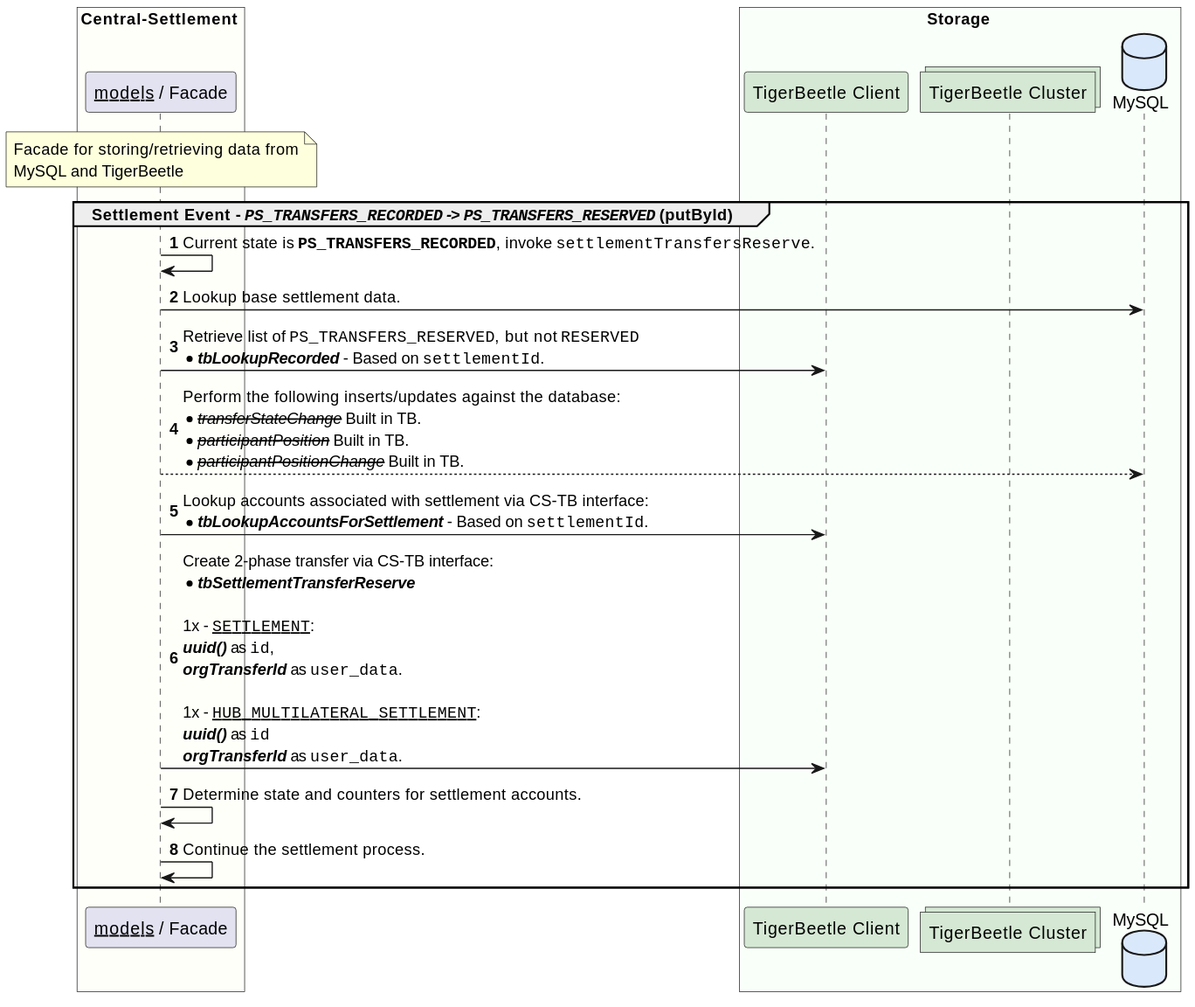
This is solution_design/sequence-settlement-tb-enabled-update-by-id-02.svg from coilhq/mucoa, a PlantUML export, as it was before one commit.
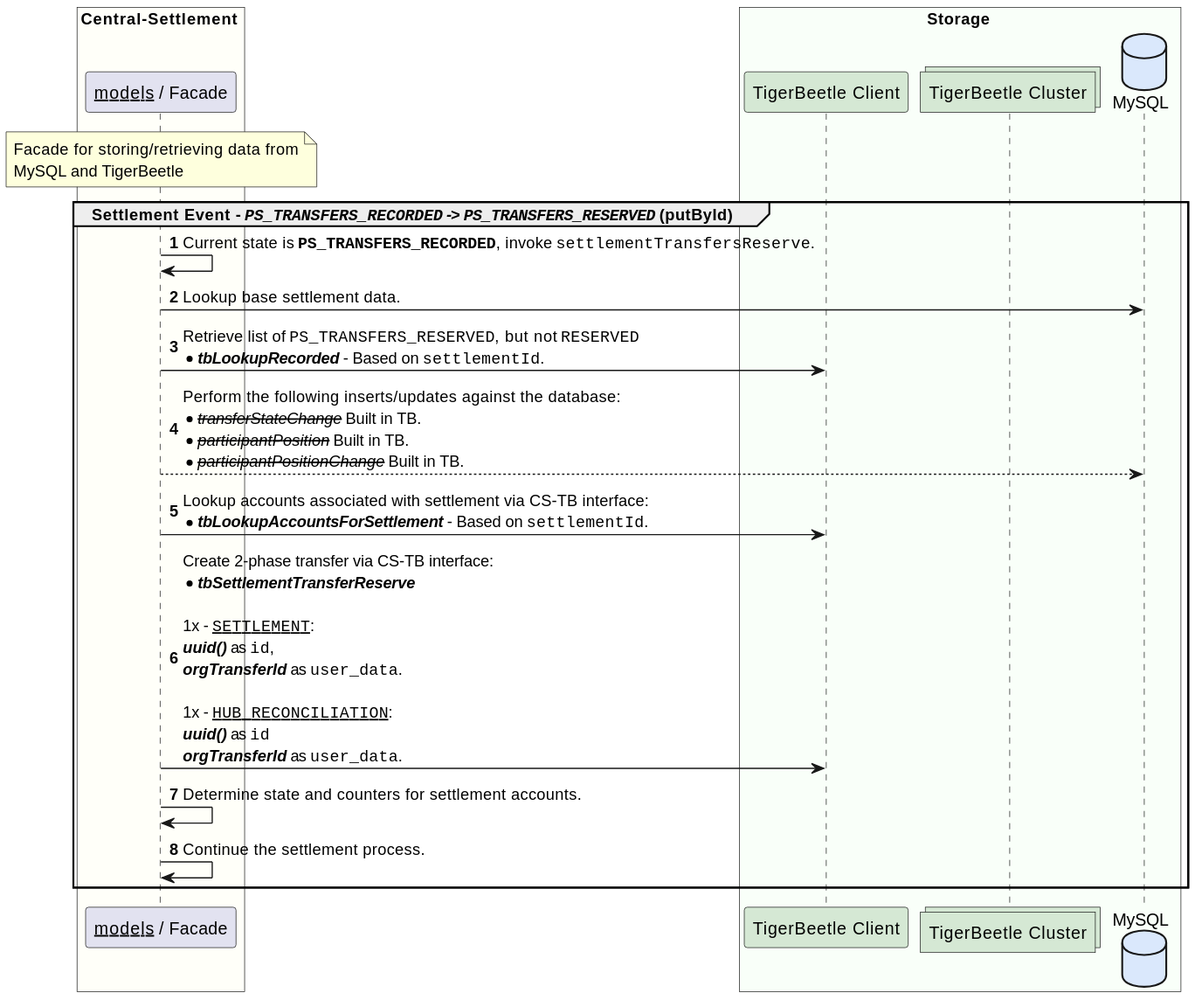
After the change.

What changed in the source:
```diff
@@ -22,7 +22,7 @@
     cs_facade -> tb_client : Retrieve list of ""PS_TRANSFERS_RESERVED"", but not ""RESERVED""\n*//**tbLookupRecorded**// - Based on ""settlementId"".
     cs_facade --> cl_db : Perform the following inserts/updates against the database:\n*--//transferStateChange//-- Built in TB.\n*--//participantPosition//-- Built in TB.\n*--//participantPositionChange//-- Built in TB.
     cs_facade -> tb_client : Lookup accounts associated with settlement via CS-TB interface:\n*//**tbLookupAccountsForSettlement**// - Based on ""settlementId"".
-    cs_facade -> tb_client : Create 2-phase transfer via CS-TB interface:\n*//**tbSettlementTransferReserve**//\n\n1x - __""SETTLEMENT""__:\n**//uuid()//** as ""id"",\n**//orgTransferId//** as ""user_data"".\n\n1x - __""HUB_MULTILATERAL_SETTLEMENT""__:\n**//uuid()//** as ""id""\n**//orgTransferId//** as ""user_data"".
+    cs_facade -> tb_client : Create 2-phase transfer via CS-TB interface:\n*//**tbSettlementTransferReserve**//\n\n1x - __""SETTLEMENT""__:\n**//uuid()//** as ""id"",\n**//orgTransferId//** as ""user_data"".\n\n1x - __""HUB_RECONCILIATION""__:\n**//uuid()//** as ""id""\n**//orgTransferId//** as ""user_data"".
     cs_facade -> cs_facade : Determine state and counters for settlement accounts.
     cs_facade -> cs_facade : Continue the settlement process.
 end
```
